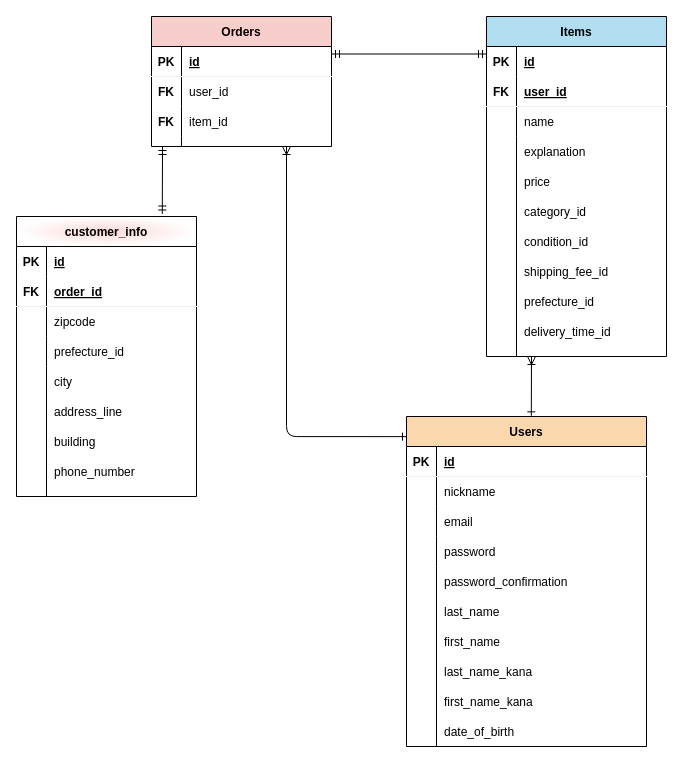
This is furima.dio from Hannah-zky/furima-38597, a draw.io file, before an edit. Source tidied: cells renumbered, new cells numbered last; positions are measured from the earlier drawing's top-left corner, leaving out a move shared by most shapes. Both pictures are drawn from the tidied source at 100%, with x=0, y=0 at pixel (16, 16).
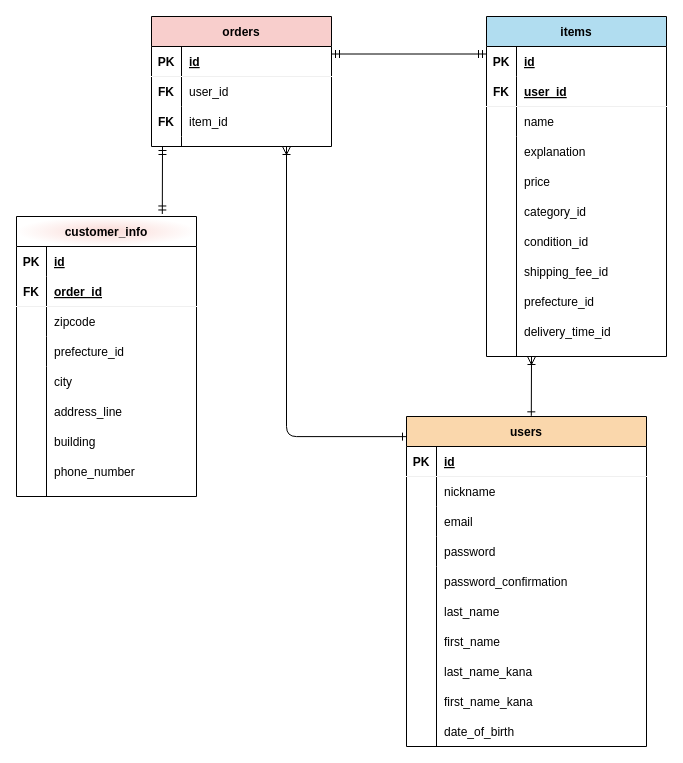
The same diagram, later.

Commit message:
ER図 テーブル名の変更

Diff of the diagram source:
```diff
@@
-    <mxCell id="4" value="Users" style="shape=table;startSize=30;childLayout=tableLayout;rowLines=0;fontStyle=1;align=center;strokeColor=default;fillColor=#fad7ac;swimlaneFillColor=default;" parent="1" vertex="1">
+    <mxCell id="4" value="users" style="shape=table;startSize=30;childLayout=tableLayout;rowLines=0;fontStyle=1;align=center;strokeColor=default;fillColor=#fad7ac;swimlaneFillColor=default;" parent="1" vertex="1">
       <mxGeometry x="390" y="400" width="240" height="330" as="geometry" />
     </mxCell>
@@
-    <mxCell id="24" value="Items" style="shape=table;startSize=30;childLayout=tableLayout;rowLines=0;fontStyle=1;align=center;strokeColor=default;fillColor=#b1ddf0;swimlaneFillColor=default;" parent="1" vertex="1">
+    <mxCell id="24" value="items" style="shape=table;startSize=30;childLayout=tableLayout;rowLines=0;fontStyle=1;align=center;strokeColor=default;fillColor=#b1ddf0;swimlaneFillColor=default;" parent="1" vertex="1">
       <mxGeometry x="470" width="180" height="340" as="geometry" />
     </mxCell>
@@
-    <mxCell id="44" value="Orders" style="shape=table;startSize=30;childLayout=tableLayout;rowLines=0;fontStyle=1;align=center;strokeColor=default;fillColor=#f8cecc;swimlaneFillColor=default;" parent="1" vertex="1">
+    <mxCell id="44" value="orders" style="shape=table;startSize=30;childLayout=tableLayout;rowLines=0;fontStyle=1;align=center;strokeColor=default;fillColor=#f8cecc;swimlaneFillColor=default;" parent="1" vertex="1">
       <mxGeometry x="135" width="180" height="130" as="geometry" />
     </mxCell>
```
